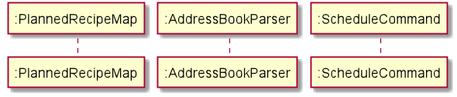
Before: docs/images/PlanningSequenceDiagram.png, a diagram exported from PlantUML (nus-cs2103-AY1920S2/addressbook-level3). Its diagram source:
```plantuml
@startuml
participant ":PlannedRecipeMap" as PlannedRecipeMap
participant ":AddressBookParser" as AddressBookParser
participant ":ScheduleCommand" as ScheduleCommand

@enduml
```
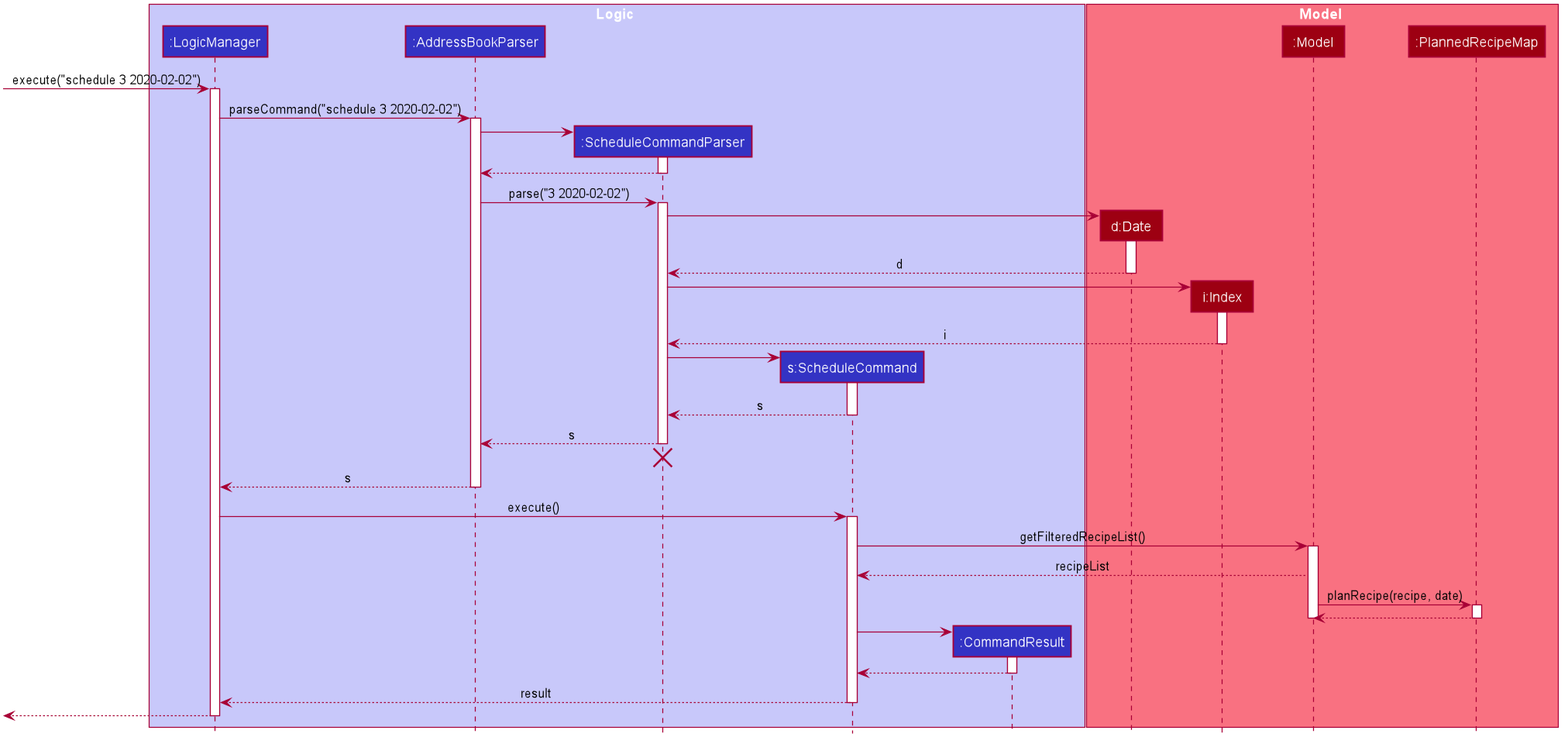
After the change.

Commit message:
updated sequence diagrams for planning feature

The edit, as a diff of the source:
```diff
@@ -1,6 +1,139 @@
 @startuml
-participant ":PlannedRecipeMap" as PlannedRecipeMap
-participant ":AddressBookParser" as AddressBookParser
-participant ":ScheduleCommand" as ScheduleCommand
+
+
+
+
+
+
+
+
+skinparam BackgroundColor #FFFFFFF
+
+skinparam Shadowing false
+
+skinparam Class {
+    FontColor #FFFFFF
+    BorderThickness 1
+    BorderColor #FFFFFF
+    StereotypeFontColor #FFFFFF
+    FontName Arial
+}
+
+skinparam Actor {
+    BorderColor #000000
+    Color #000000
+    FontName Arial
+}
+
+skinparam Sequence {
+    MessageAlign center
+    BoxFontSize 15
+    BoxPadding 0
+    BoxFontColor #FFFFFF
+    FontName Arial
+}
+
+skinparam Participant {
+    FontColor #FFFFFFF
+    Padding 20
+}
+
+skinparam MinClassWidth 50
+skinparam ParticipantPadding 10
+skinparam Shadowing false
+skinparam DefaultTextAlignment center
+skinparam packageStyle Rectangle
+
+hide footbox
+hide members
+hide circle
+
+box Logic #C8C8FA
+participant ":LogicManager" as LogicManager #3333C4
+participant ":AddressBookParser" as AddressBookParser #3333C4
+participant ":ScheduleCommandParser" as ScheduleCommandParser #3333C4
+participant "s:ScheduleCommand" as ScheduleCommand #3333C4
+participant ":CommandResult" as CommandResult #3333C4
+end box
+
+box Model #F97181
+participant "d:Date" as Date #9D0012
+participant "i:Index" as Index #9D0012
+participant ":Model" as Model #9D0012
+participant ":PlannedRecipeMap" as PlannedRecipeMap #9D0012
+end box
+
+[-> LogicManager : execute("schedule 3 2020-02-02")
+activate LogicManager
+
+LogicManager -> AddressBookParser : parseCommand("schedule 3 2020-02-02")
+activate AddressBookParser
+
+create ScheduleCommandParser
+AddressBookParser -> ScheduleCommandParser
+activate ScheduleCommandParser
+
+ScheduleCommandParser --> AddressBookParser
+deactivate ScheduleCommandParser
+
+AddressBookParser -> ScheduleCommandParser : parse("3 2020-02-02")
+activate ScheduleCommandParser
+
+
+create Date
+ScheduleCommandParser -> Date
+activate Date
+
+Date --> ScheduleCommandParser : d
+deactivate Date
+
+create Index
+ScheduleCommandParser -> Index
+activate Index
+
+Index --> ScheduleCommandParser : i
+deactivate Index
+
+create ScheduleCommand
+ScheduleCommandParser -> ScheduleCommand
+activate ScheduleCommand
+
+ScheduleCommand --> ScheduleCommandParser : s
+deactivate ScheduleCommand
+
+ScheduleCommandParser --> AddressBookParser : s
+deactivate ScheduleCommandParser
+ScheduleCommandParser -[hidden]-> AddressBookParser
+destroy ScheduleCommandParser
+
+AddressBookParser --> LogicManager : s
+deactivate AddressBookParser
+
+LogicManager -> ScheduleCommand : execute()
+activate ScheduleCommand
+
+ScheduleCommand -> Model : getFilteredRecipeList()
+activate Model
+Model --> ScheduleCommand : recipeList
+
+
+Model -> PlannedRecipeMap : planRecipe(recipe, date)
+activate PlannedRecipeMap
+PlannedRecipeMap --> Model
+deactivate PlannedRecipeMap
+
+deactivate Model
+
+create CommandResult
+ScheduleCommand -> CommandResult
+activate CommandResult
+CommandResult --> ScheduleCommand
+deactivate CommandResult
+
+ScheduleCommand --> LogicManager : result
+deactivate ScheduleCommand
+
+[<--LogicManager
+deactivate LogicManager
 
 @enduml
```
